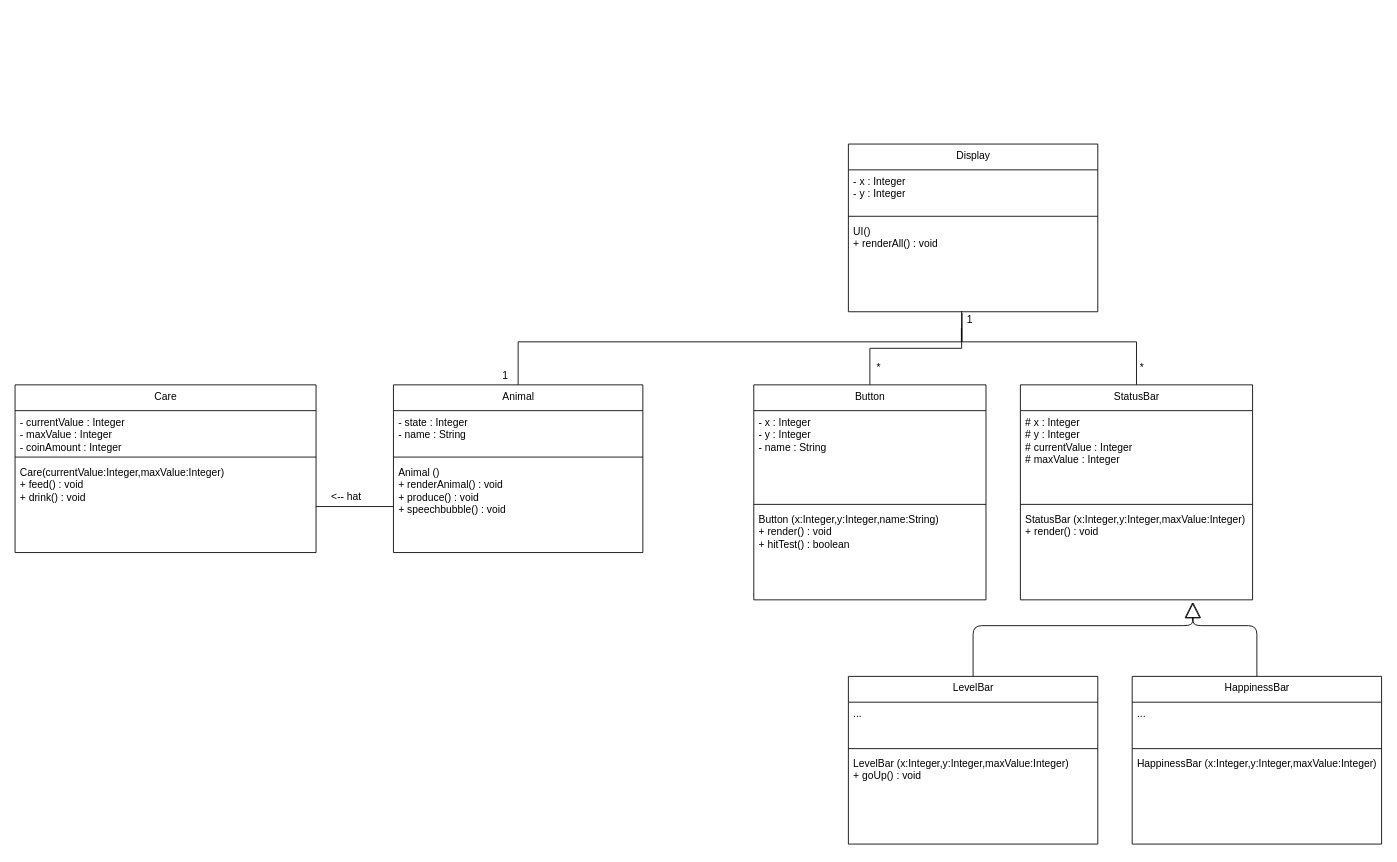
Before: uml.drawio in imd2020/tamagotchi-stjesnay, a draw.io diagram. Source tidied: cells renumbered, new cells numbered last; positions are measured from the earlier drawing's top-left corner, leaving out a move shared by most shapes. Both pictures are drawn from the tidied source at 86%, with x=0, y=0 at pixel (15, 144).
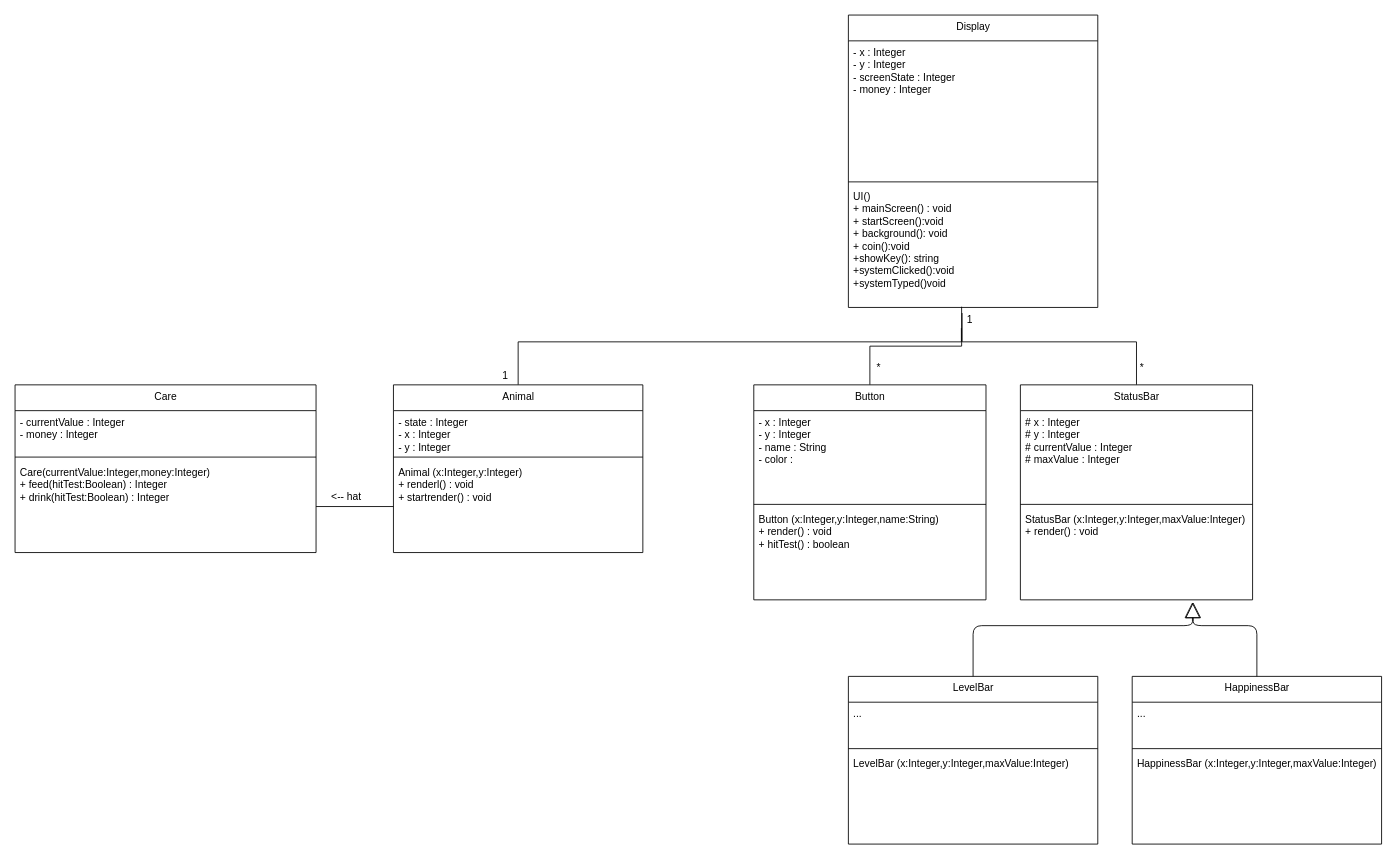
After the change.

Unchanged cells that the change refers to:
```xml
<mxCell id="3" value="Button" style="swimlane;fontStyle=0;align=center;verticalAlign=top;horizontal=1;startSize=30;html=1;" parent="1" vertex="1">
  <mxGeometry x="859" y="280" width="270" height="250" as="geometry" />
</mxCell>
<mxCell id="16" value="LevelBar" style="swimlane;fontStyle=0;align=center;verticalAlign=top;horizontal=1;startSize=30;html=1;" parent="1" vertex="1">
  <mxGeometry x="969" y="619" width="290" height="195" as="geometry" />
</mxCell>
<mxCell id="23" value="Animal" style="swimlane;fontStyle=0;align=center;verticalAlign=top;horizontal=1;startSize=30;html=1;" parent="1" vertex="1">
  <mxGeometry x="440" y="280" width="290" height="195" as="geometry" />
</mxCell>
<mxCell id="27" value="Care" style="swimlane;fontStyle=0;align=center;verticalAlign=top;horizontal=1;startSize=30;html=1;" parent="1" vertex="1">
  <mxGeometry y="280" width="350" height="195" as="geometry" />
</mxCell>
```

Diff of the diagram source:
```diff
@@
-    <mxCell id="4" value="- x : Integer&lt;br&gt;- y : Integer&lt;br&gt;- name : String" style="text;html=1;strokeColor=none;fillColor=none;align=left;verticalAlign=top;spacingLeft=4;spacingRight=4;overflow=hidden;" parent="3" vertex="1">
+    <mxCell id="4" value="- x : Integer&lt;br&gt;- y : Integer&lt;br&gt;- name : String&lt;br&gt;- color :&amp;nbsp;" style="text;html=1;strokeColor=none;fillColor=none;align=left;verticalAlign=top;spacingLeft=4;spacingRight=4;overflow=hidden;" parent="3" vertex="1">
       <mxGeometry y="30" width="270" height="105" as="geometry" />
     </mxCell>
@@
-    <mxCell id="19" value="LevelBar (x:Integer,y:Integer,maxValue:Integer)&lt;br&gt;+ goUp() : void&lt;br&gt;&amp;nbsp;" style="text;html=1;strokeColor=none;fillColor=none;align=left;verticalAlign=top;spacingLeft=4;spacingRight=4;overflow=hidden;" parent="16" vertex="1">
+    <mxCell id="19" value="LevelBar (x:Integer,y:Integer,maxValue:Integer)&lt;br&gt;&lt;br&gt;&amp;nbsp;" style="text;html=1;strokeColor=none;fillColor=none;align=left;verticalAlign=top;spacingLeft=4;spacingRight=4;overflow=hidden;" parent="16" vertex="1">
       <mxGeometry y="88" width="290" height="107" as="geometry" />
     </mxCell>
@@
-    <mxCell id="24" value="- state : Integer&lt;br&gt;- name : String" style="text;html=1;strokeColor=none;fillColor=none;align=left;verticalAlign=top;spacingLeft=4;spacingRight=4;overflow=hidden;" parent="23" vertex="1">
+    <mxCell id="24" value="- state : Integer&lt;br&gt;- x : Integer&lt;br&gt;- y : Integer" style="text;html=1;strokeColor=none;fillColor=none;align=left;verticalAlign=top;spacingLeft=4;spacingRight=4;overflow=hidden;" parent="23" vertex="1">
       <mxGeometry y="30" width="290" height="50" as="geometry" />
     </mxCell>
@@
-    <mxCell id="26" value="Animal ()&lt;br&gt;+ renderAnimal() : void&lt;br&gt;+ produce() : void&lt;br&gt;+ speechbubble() : void&lt;br&gt;&lt;br&gt;&lt;br&gt;&amp;nbsp;" style="text;html=1;strokeColor=none;fillColor=none;align=left;verticalAlign=top;spacingLeft=4;spacingRight=4;overflow=hidden;points=[[0,0.5],[1,0.5]];portConstraint=eastwest;" parent="23" vertex="1">
+    <mxCell id="26" value="Animal (x:Integer,y:Integer)&lt;br&gt;+ renderl() : void&lt;br&gt;+ startrender() : void&lt;br&gt;&lt;br&gt;&lt;br&gt;&lt;br&gt;&amp;nbsp;" style="text;html=1;strokeColor=none;fillColor=none;align=left;verticalAlign=top;spacingLeft=4;spacingRight=4;overflow=hidden;points=[[0,0.5],[1,0.5]];portConstraint=eastwest;" parent="23" vertex="1">
       <mxGeometry y="88" width="290" height="107" as="geometry" />
     </mxCell>
@@
-    <mxCell id="28" value="- currentValue : Integer&lt;br&gt;- maxValue : Integer&lt;br&gt;- coinAmount : Integer" style="text;html=1;strokeColor=none;fillColor=none;align=left;verticalAlign=top;spacingLeft=4;spacingRight=4;overflow=hidden;" parent="27" vertex="1">
+    <mxCell id="28" value="- currentValue : Integer&lt;br&gt;- money : Integer" style="text;html=1;strokeColor=none;fillColor=none;align=left;verticalAlign=top;spacingLeft=4;spacingRight=4;overflow=hidden;" parent="27" vertex="1">
       <mxGeometry y="30" width="350" height="50" as="geometry" />
     </mxCell>
@@
-    <mxCell id="30" value="Care(currentValue:Integer,maxValue:Integer)&lt;br&gt;+ feed() : void&lt;br&gt;+ drink() : void" style="text;html=1;strokeColor=none;fillColor=none;align=left;verticalAlign=top;spacingLeft=4;spacingRight=4;overflow=hidden;points=[[0,0.5],[1,0.5]];portConstraint=eastwest;" parent="27" vertex="1">
+    <mxCell id="30" value="Care(currentValue:Integer,money:Integer)&lt;br&gt;+ feed(hitTest:Boolean) : Integer&lt;br&gt;+ drink(hitTest:Boolean) : Integer" style="text;html=1;strokeColor=none;fillColor=none;align=left;verticalAlign=top;spacingLeft=4;spacingRight=4;overflow=hidden;points=[[0,0.5],[1,0.5]];portConstraint=eastwest;" parent="27" vertex="1">
       <mxGeometry y="88" width="350" height="107" as="geometry" />
     </mxCell>
     <mxCell id="31" value="Display" style="swimlane;fontStyle=0;align=center;verticalAlign=top;horizontal=1;startSize=30;html=1;" parent="1" vertex="1">
-      <mxGeometry x="969" width="290" height="195" as="geometry" />
+      <mxGeometry x="969" y="-150" width="290" height="340" as="geometry" />
     </mxCell>
-    <mxCell id="32" value="- x : Integer&lt;br&gt;- y : Integer" style="text;html=1;strokeColor=none;fillColor=none;align=left;verticalAlign=top;spacingLeft=4;spacingRight=4;overflow=hidden;" parent="31" vertex="1">
-      <mxGeometry y="30" width="290" height="50" as="geometry" />
+    <mxCell id="32" value="- x : Integer&lt;br&gt;- y : Integer&lt;br&gt;- screenState : Integer&lt;br&gt;- money : Integer&lt;br&gt;" style="text;html=1;strokeColor=none;fillColor=none;align=left;verticalAlign=top;spacingLeft=4;spacingRight=4;overflow=hidden;" parent="31" vertex="1">
+      <mxGeometry y="30" width="290" height="160" as="geometry" />
     </mxCell>
     <mxCell id="33" style="line;strokeWidth=1;fillColor=none;align=left;verticalAlign=middle;spacingTop=-1;spacingLeft=3;spacingRight=3;labelPosition=right;" parent="31" vertex="1">
-      <mxGeometry y="80" width="290" height="8" as="geometry" />
+      <mxGeometry y="190" width="290" height="8" as="geometry" />
     </mxCell>
-    <mxCell id="34" value="UI()&lt;br&gt;+ renderAll() : void&lt;br&gt;" style="text;html=1;strokeColor=none;fillColor=none;align=left;verticalAlign=top;spacingLeft=4;spacingRight=4;overflow=hidden;points=[[0,0.5],[1,0.5]];portConstraint=eastwest;" parent="31" vertex="1">
-      <mxGeometry y="88" width="290" height="107" as="geometry" />
+    <mxCell id="34" value="UI()&lt;br&gt;+ mainScreen() : void&lt;br&gt;+ startScreen():void&lt;br&gt;+ background(): void&lt;br&gt;+ coin():void&lt;br&gt;+showKey(): string&lt;br&gt;+systemClicked():void&lt;br&gt;+systemTyped()void" style="text;html=1;strokeColor=none;fillColor=none;align=left;verticalAlign=top;spacingLeft=4;spacingRight=4;overflow=hidden;points=[[0,0.5],[1,0.5]];portConstraint=eastwest;" parent="31" vertex="1">
+      <mxGeometry y="198" width="290" height="142" as="geometry" />
     </mxCell>
```
